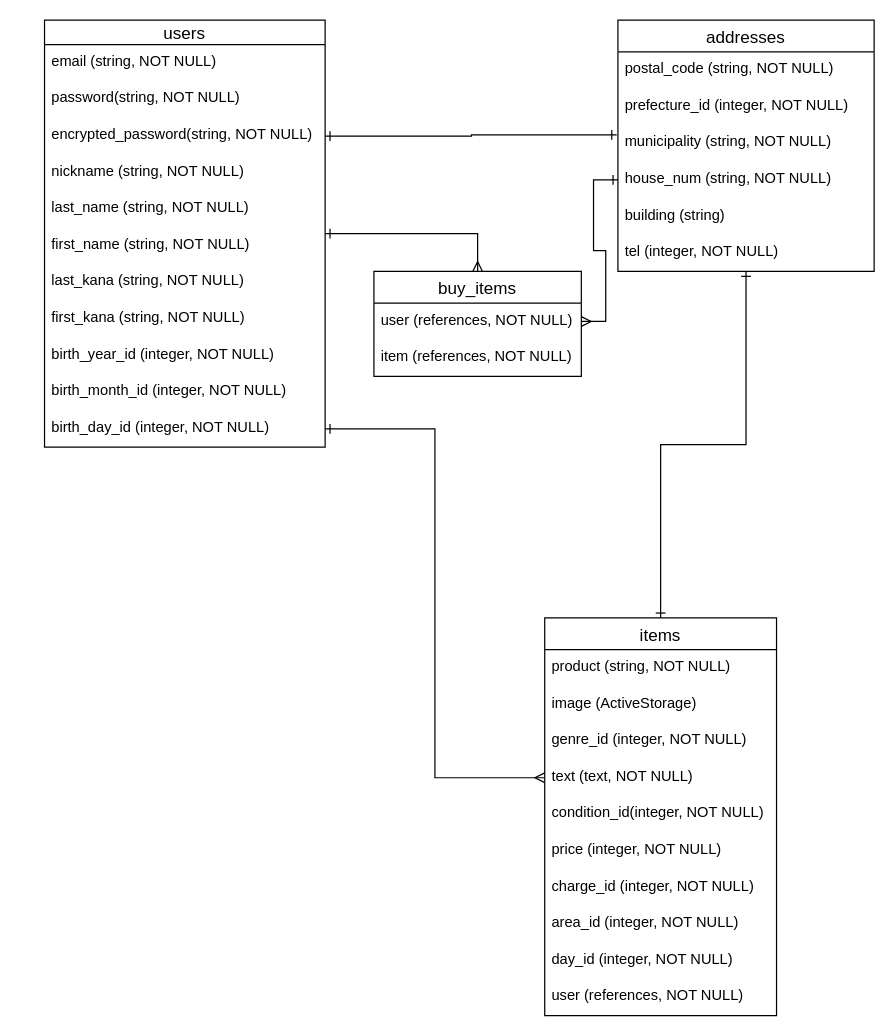
yamaryo0250/furima-35265 keeps this draw.io diagram as furima.dio. Above is the earlier version. Source tidied: cells renumbered, new cells numbered last; positions are measured from the earlier drawing's top-left corner, leaving out a move shared by most shapes. Both pictures are drawn from the tidied source at 122%, with x=0, y=0 at pixel (44, 20).
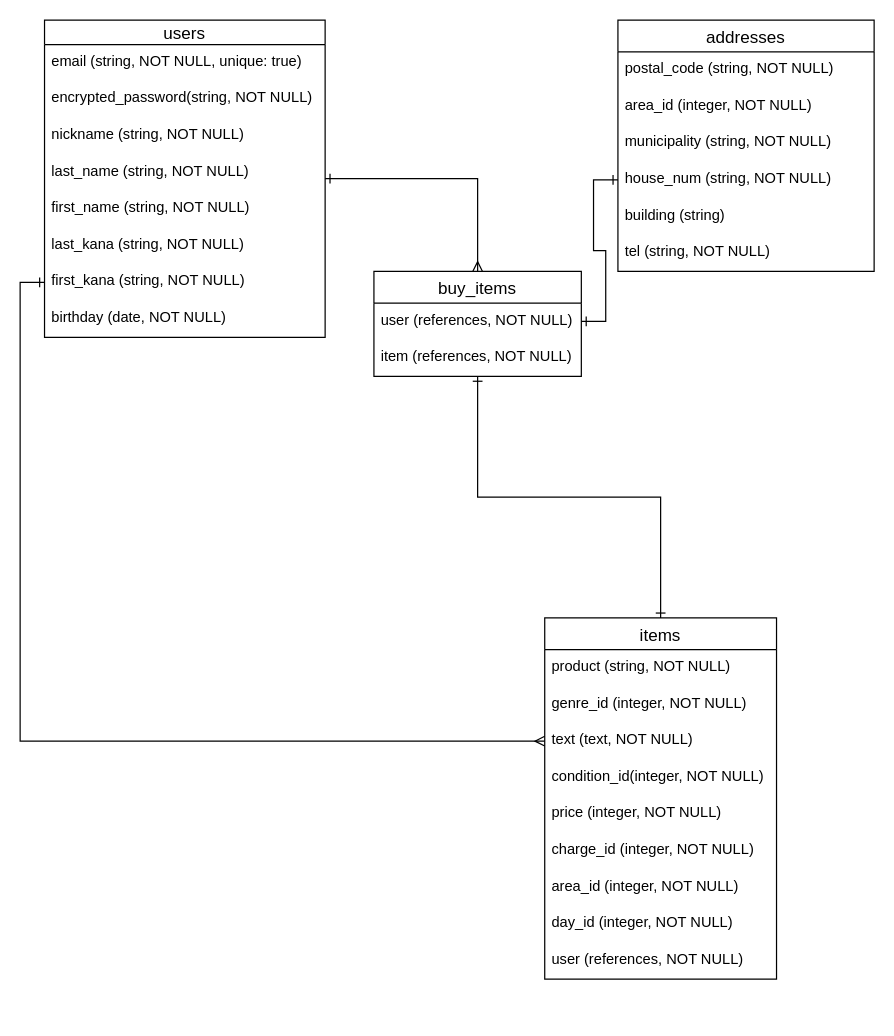
The same diagram, later.

Unchanged cells that the change refers to:
```xml
<mxCell id="14" value="addresses" style="swimlane;fontStyle=0;horizontal=1;startSize=26;align=center;fontSize=14;" parent="1" vertex="1">
  <mxGeometry x="470" width="210" height="206" as="geometry" />
</mxCell>
<mxCell id="17" value="municipality (string, NOT NULL)" style="text;strokeColor=none;fillColor=none;spacingLeft=4;spacingRight=4;overflow=hidden;points=[[0,0.5],[1,0.5]];portConstraint=eastwest;fontSize=12;" parent="14" vertex="1">
  <mxGeometry y="86" width="210" height="30" as="geometry" />
</mxCell>
<mxCell id="18" value="house_num (string, NOT NULL)" style="text;strokeColor=none;fillColor=none;spacingLeft=4;spacingRight=4;overflow=hidden;points=[[0,0.5],[1,0.5]];portConstraint=eastwest;fontSize=12;" parent="14" vertex="1">
  <mxGeometry y="116" width="210" height="30" as="geometry" />
</mxCell>
<mxCell id="22" value="buy_items" style="swimlane;fontStyle=0;horizontal=1;startSize=26;align=center;fontSize=14;" parent="1" vertex="1">
  <mxGeometry x="270" y="206" width="170" height="86" as="geometry" />
</mxCell>
<mxCell id="23" value="user (references, NOT NULL)" style="text;strokeColor=none;fillColor=none;spacingLeft=4;spacingRight=4;overflow=hidden;points=[[0,0.5],[1,0.5]];portConstraint=eastwest;fontSize=12;" parent="22" vertex="1">
  <mxGeometry y="26" width="170" height="30" as="geometry" />
</mxCell>
```

The edit, as a diff of the source:
```diff
@@
     <mxCell id="2" value="users" style="swimlane;fontStyle=0;horizontal=1;startSize=20;align=center;fontSize=14;" parent="1" vertex="1">
-      <mxGeometry width="230" height="350" as="geometry" />
+      <mxGeometry width="230" height="260" as="geometry" />
     </mxCell>
-    <mxCell id="3" value="email (string, NOT NULL)" style="text;strokeColor=none;fillColor=none;spacingLeft=4;spacingRight=4;overflow=hidden;fontSize=12;" parent="2" vertex="1">
+    <mxCell id="3" value="email (string, NOT NULL, unique: true)" style="text;strokeColor=none;fillColor=none;spacingLeft=4;spacingRight=4;overflow=hidden;fontSize=12;" parent="2" vertex="1">
       <mxGeometry y="20" width="230" height="30" as="geometry" />
     </mxCell>
-    <mxCell id="4" value="password(string, NOT NULL)" style="text;strokeColor=none;fillColor=none;spacingLeft=4;spacingRight=4;overflow=hidden;fontSize=12;" parent="2" vertex="1">
-      <mxGeometry y="50" width="230" height="30" as="geometry" />
-    </mxCell>
     <mxCell id="5" value="encrypted_password(string, NOT NULL)" style="text;strokeColor=none;fillColor=none;spacingLeft=4;spacingRight=4;overflow=hidden;points=[[0,0.5],[1,0.5]];portConstraint=eastwest;fontSize=12;" parent="2" vertex="1">
-      <mxGeometry y="80" width="230" height="30" as="geometry" />
+      <mxGeometry y="50" width="230" height="30" as="geometry" />
     </mxCell>
     <mxCell id="6" value="nickname (string, NOT NULL)" style="text;strokeColor=none;fillColor=none;spacingLeft=4;spacingRight=4;overflow=hidden;fontSize=12;" parent="2" vertex="1">
-      <mxGeometry y="110" width="230" height="30" as="geometry" />
+      <mxGeometry y="80" width="230" height="30" as="geometry" />
     </mxCell>
     <mxCell id="7" value="last_name (string, NOT NULL)" style="text;strokeColor=none;fillColor=none;spacingLeft=4;spacingRight=4;overflow=hidden;fontSize=12;" parent="2" vertex="1">
-      <mxGeometry y="140" width="230" height="30" as="geometry" />
+      <mxGeometry y="110" width="230" height="30" as="geometry" />
     </mxCell>
     <mxCell id="8" value="first_name (string, NOT NULL)" style="text;strokeColor=none;fillColor=none;spacingLeft=4;spacingRight=4;overflow=hidden;fontSize=12;" parent="2" vertex="1">
-      <mxGeometry y="170" width="230" height="30" as="geometry" />
+      <mxGeometry y="140" width="230" height="30" as="geometry" />
     </mxCell>
     <mxCell id="9" value="last_kana (string, NOT NULL)" style="text;strokeColor=none;fillColor=none;spacingLeft=4;spacingRight=4;overflow=hidden;fontSize=12;" parent="2" vertex="1">
-      <mxGeometry y="200" width="230" height="30" as="geometry" />
+      <mxGeometry y="170" width="230" height="30" as="geometry" />
     </mxCell>
     <mxCell id="10" value="first_kana (string, NOT NULL)" style="text;strokeColor=none;fillColor=none;spacingLeft=4;spacingRight=4;overflow=hidden;points=[[0,0.5],[1,0.5]];portConstraint=eastwest;fontSize=12;" parent="2" vertex="1">
-      <mxGeometry y="230" width="230" height="30" as="geometry" />
+      <mxGeometry y="200" width="230" height="30" as="geometry" />
     </mxCell>
-    <mxCell id="11" value="birth_year_id (integer, NOT NULL)" style="text;strokeColor=none;fillColor=none;spacingLeft=4;spacingRight=4;overflow=hidden;fontSize=12;" parent="2" vertex="1">
-      <mxGeometry y="260" width="230" height="30" as="geometry" />
+    <mxCell id="11" value="birthday (date, NOT NULL)" style="text;strokeColor=none;fillColor=none;spacingLeft=4;spacingRight=4;overflow=hidden;fontSize=12;" parent="2" vertex="1">
+      <mxGeometry y="230" width="230" height="30" as="geometry" />
     </mxCell>
-    <mxCell id="12" value="birth_month_id (integer, NOT NULL)" style="text;strokeColor=none;fillColor=none;spacingLeft=4;spacingRight=4;overflow=hidden;fontSize=12;" parent="2" vertex="1">
-      <mxGeometry y="290" width="230" height="30" as="geometry" />
-    </mxCell>
-    <mxCell id="13" value="birth_day_id (integer, NOT NULL)" style="text;strokeColor=none;fillColor=none;spacingLeft=4;spacingRight=4;overflow=hidden;points=[[0,0.5],[1,0.5]];portConstraint=eastwest;fontSize=12;" parent="2" vertex="1">
-      <mxGeometry y="320" width="230" height="30" as="geometry" />
-    </mxCell>
@@
-    <mxCell id="16" value="prefecture_id (integer, NOT NULL)" style="text;strokeColor=none;fillColor=none;spacingLeft=4;spacingRight=4;overflow=hidden;fontSize=12;" parent="14" vertex="1">
+    <mxCell id="16" value="area_id (integer, NOT NULL)" style="text;strokeColor=none;fillColor=none;spacingLeft=4;spacingRight=4;overflow=hidden;fontSize=12;" parent="14" vertex="1">
       <mxGeometry y="56" width="210" height="30" as="geometry" />
     </mxCell>
@@
-    <mxCell id="20" value="tel (integer, NOT NULL)" style="text;strokeColor=none;fillColor=none;spacingLeft=4;spacingRight=4;overflow=hidden;fontSize=12;" parent="14" vertex="1">
+    <mxCell id="20" value="tel (string, NOT NULL)" style="text;strokeColor=none;fillColor=none;spacingLeft=4;spacingRight=4;overflow=hidden;fontSize=12;" parent="14" vertex="1">
       <mxGeometry y="176" width="210" height="30" as="geometry" />
     </mxCell>
@@
-    <mxCell id="25" style="edgeStyle=orthogonalEdgeStyle;rounded=0;jettySize=auto;html=1;exitX=0.5;exitY=0;exitDx=0;exitDy=0;startArrow=ERone;startFill=0;endArrow=ERone;endFill=0;" parent="1" edge="1" source="27" target="14">
-      <mxGeometry relative="1" as="geometry" />
-    </mxCell>
-    <mxCell id="26" style="edgeStyle=orthogonalEdgeStyle;rounded=0;jettySize=auto;html=1;exitX=0;exitY=0.5;exitDx=0;exitDy=0;entryX=1;entryY=0.5;entryDx=0;entryDy=0;startArrow=ERmany;startFill=0;endArrow=ERone;endFill=0;" parent="1" edge="1" source="31" target="13">
+    <mxCell id="26" style="edgeStyle=orthogonalEdgeStyle;rounded=0;jettySize=auto;html=1;exitX=0;exitY=0.5;exitDx=0;exitDy=0;startArrow=ERmany;startFill=0;endArrow=ERone;endFill=0;entryX=0;entryY=0.5;entryDx=0;entryDy=0;" parent="1" edge="1" source="31" target="10">
       <mxGeometry relative="1" as="geometry" />
     </mxCell>
+    <mxCell id="40" style="edgeStyle=orthogonalEdgeStyle;rounded=0;jettySize=auto;html=1;exitX=0.5;exitY=0;exitDx=0;exitDy=0;startArrow=ERone;startFill=0;endArrow=ERone;endFill=0;" parent="1" edge="1" source="27" target="22">
+      <mxGeometry relative="1" as="geometry" />
+    </mxCell>
     <mxCell id="27" value="items" style="swimlane;fontStyle=0;horizontal=1;startSize=26;align=center;fontSize=14;" parent="1" vertex="1">
-      <mxGeometry x="410" y="490" width="190" height="326" as="geometry" />
+      <mxGeometry x="410" y="490" width="190" height="296" as="geometry" />
     </mxCell>
@@
-    <mxCell id="29" value="image (ActiveStorage)" style="text;strokeColor=none;fillColor=none;spacingLeft=4;spacingRight=4;overflow=hidden;fontSize=12;" parent="27" vertex="1">
-      <mxGeometry y="56" width="190" height="30" as="geometry" />
-    </mxCell>
     <mxCell id="30" value="genre_id (integer, NOT NULL)" style="text;strokeColor=none;fillColor=none;spacingLeft=4;spacingRight=4;overflow=hidden;fontSize=12;" parent="27" vertex="1">
-      <mxGeometry y="86" width="190" height="30" as="geometry" />
+      <mxGeometry y="56" width="190" height="30" as="geometry" />
     </mxCell>
     <mxCell id="31" value="text (text, NOT NULL)" style="text;strokeColor=none;fillColor=none;spacingLeft=4;spacingRight=4;overflow=hidden;points=[[0,0.5],[1,0.5]];portConstraint=eastwest;fontSize=12;" parent="27" vertex="1">
-      <mxGeometry y="116" width="190" height="30" as="geometry" />
+      <mxGeometry y="86" width="190" height="30" as="geometry" />
     </mxCell>
     <mxCell id="32" value="condition_id(integer, NOT NULL)" style="text;strokeColor=none;fillColor=none;spacingLeft=4;spacingRight=4;overflow=hidden;fontSize=12;" parent="27" vertex="1">
-      <mxGeometry y="146" width="190" height="30" as="geometry" />
+      <mxGeometry y="116" width="190" height="30" as="geometry" />
     </mxCell>
     <mxCell id="33" value="price (integer, NOT NULL) " style="text;strokeColor=none;fillColor=none;spacingLeft=4;spacingRight=4;overflow=hidden;fontSize=12;" parent="27" vertex="1">
-      <mxGeometry y="176" width="190" height="30" as="geometry" />
+      <mxGeometry y="146" width="190" height="30" as="geometry" />
     </mxCell>
     <mxCell id="34" value="charge_id (integer, NOT NULL)" style="text;strokeColor=none;fillColor=none;spacingLeft=4;spacingRight=4;overflow=hidden;fontSize=12;" parent="27" vertex="1">
-      <mxGeometry y="206" width="190" height="30" as="geometry" />
+      <mxGeometry y="176" width="190" height="30" as="geometry" />
     </mxCell>
     <mxCell id="35" value="area_id (integer, NOT NULL)" style="text;strokeColor=none;fillColor=none;spacingLeft=4;spacingRight=4;overflow=hidden;fontSize=12;" parent="27" vertex="1">
-      <mxGeometry y="236" width="190" height="30" as="geometry" />
+      <mxGeometry y="206" width="190" height="30" as="geometry" />
     </mxCell>
     <mxCell id="36" value="day_id (integer, NOT NULL)" style="text;strokeColor=none;fillColor=none;spacingLeft=4;spacingRight=4;overflow=hidden;fontSize=12;" parent="27" vertex="1">
-      <mxGeometry y="266" width="190" height="30" as="geometry" />
+      <mxGeometry y="236" width="190" height="30" as="geometry" />
     </mxCell>
     <mxCell id="37" value="user (references, NOT NULL)" style="text;strokeColor=none;fillColor=none;spacingLeft=4;spacingRight=4;overflow=hidden;fontSize=12;" parent="27" vertex="1">
-      <mxGeometry y="296" width="190" height="30" as="geometry" />
+      <mxGeometry y="266" width="190" height="30" as="geometry" />
     </mxCell>
-    <mxCell id="38" style="edgeStyle=orthogonalEdgeStyle;rounded=0;jettySize=auto;html=1;exitX=1;exitY=0.5;exitDx=0;exitDy=0;endArrow=ERone;endFill=0;startArrow=ERone;startFill=0;entryX=-0.005;entryY=0.267;entryDx=0;entryDy=0;entryPerimeter=0;" parent="1" edge="1" source="5" target="17">
-      <mxGeometry relative="1" as="geometry" />
-    </mxCell>
-    <mxCell id="39" style="edgeStyle=orthogonalEdgeStyle;rounded=0;jettySize=auto;html=1;exitX=1;exitY=0.5;exitDx=0;exitDy=0;startArrow=ERmany;startFill=0;endArrow=ERone;endFill=0;entryX=0;entryY=0.5;entryDx=0;entryDy=0;" parent="1" edge="1" source="23" target="18">
+    <mxCell id="39" style="edgeStyle=orthogonalEdgeStyle;rounded=0;jettySize=auto;html=1;exitX=1;exitY=0.5;exitDx=0;exitDy=0;startArrow=ERone;startFill=0;endArrow=ERone;endFill=0;entryX=0;entryY=0.5;entryDx=0;entryDy=0;" parent="1" edge="1" source="23" target="18">
       <mxGeometry relative="1" as="geometry" />
     </mxCell>
```
